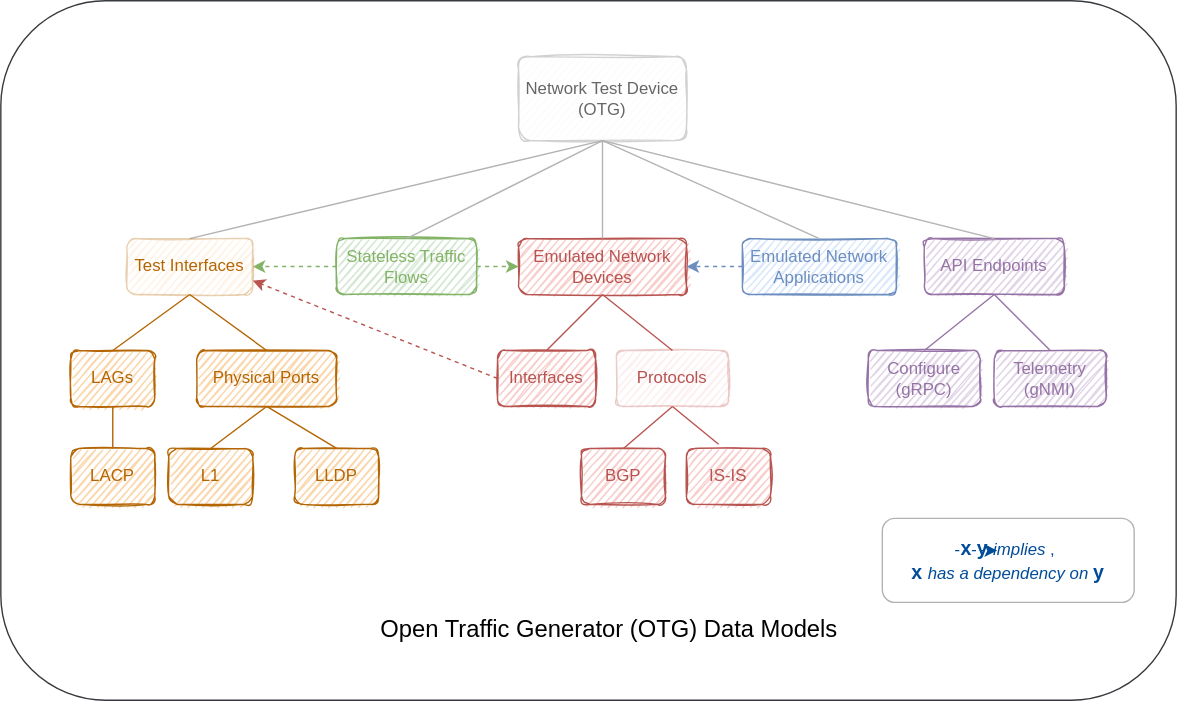
open-traffic-generator/models keeps this draw.io diagram as docs/overview.drawio.svg. Above is the earlier version. Source tidied: cells renumbered, new cells last; positions are measured from the earlier drawing's top-left corner, leaving out a move shared by most shapes.
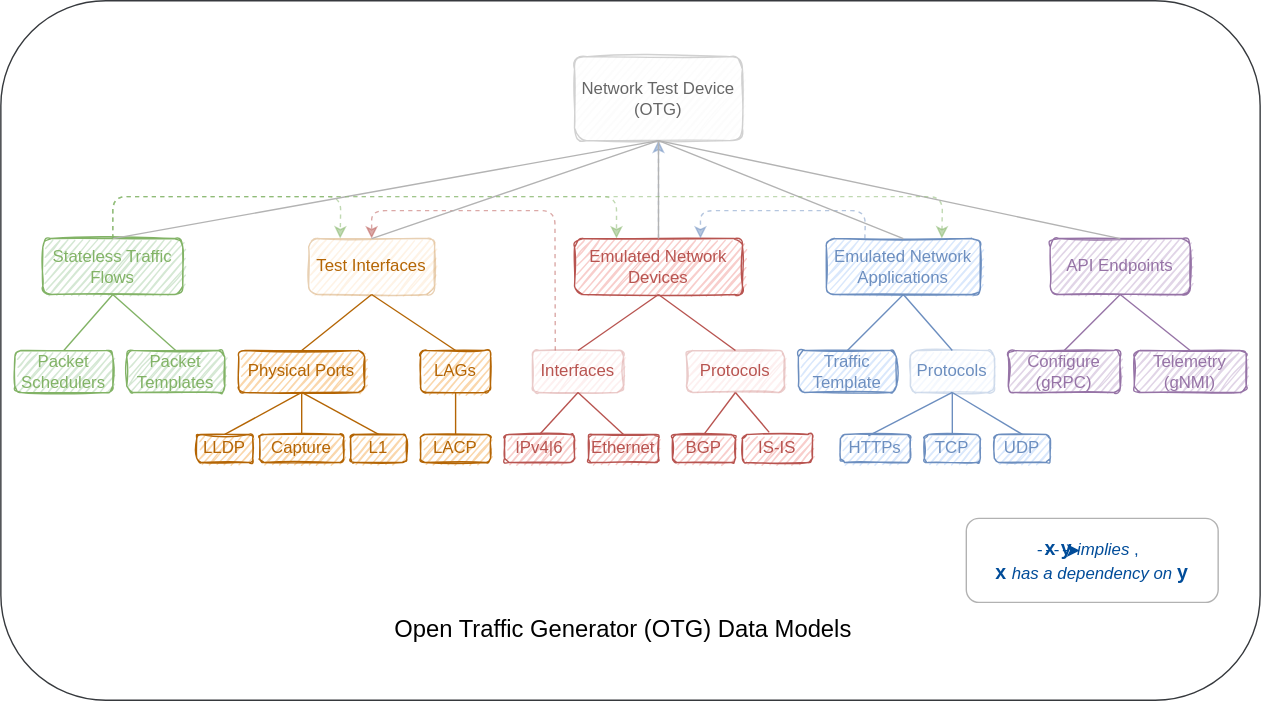
After the commit.

Change to the diagram source:
```diff
@@ -3,56 +3,50 @@
     <mxCell id="0" />
     <mxCell id="1" parent="0" />
     <mxCell id="2" style="rounded=1;whiteSpace=wrap;html=1;fillColor=#FFFFFF;strokeColor=#36393d;" parent="1" vertex="1">
-      <mxGeometry width="840" height="500" as="geometry" />
+      <mxGeometry x="-10" width="900" height="500" as="geometry" />
     </mxCell>
     <mxCell id="3" value="&lt;font color=&quot;#666666&quot;&gt;Network Test Device (OTG)&lt;/font&gt;" style="rounded=1;whiteSpace=wrap;html=1;fillColor=#f5f5f5;strokeColor=#666666;sketch=1;fontColor=#333333;opacity=30;" parent="1" vertex="1">
-      <mxGeometry x="370" y="40" width="120" height="60" as="geometry" />
+      <mxGeometry x="400" y="40" width="120" height="60" as="geometry" />
     </mxCell>
     <mxCell id="4" value="&lt;font color=&quot;#b46504&quot;&gt;Physical Ports&lt;br&gt;&lt;/font&gt;" style="rounded=1;whiteSpace=wrap;html=1;fillColor=#fad7ac;strokeColor=#b46504;sketch=1;" parent="1" vertex="1">
-      <mxGeometry x="140" y="250" width="100" height="40" as="geometry" />
+      <mxGeometry x="160" y="250" width="90" height="30" as="geometry" />
     </mxCell>
     <mxCell id="5" value="&lt;font color=&quot;#b46504&quot;&gt;LAGs&lt;/font&gt;" style="rounded=1;whiteSpace=wrap;html=1;fillColor=#fad7ac;strokeColor=#b46504;sketch=1;" parent="1" vertex="1">
-      <mxGeometry x="50" y="250" width="60" height="40" as="geometry" />
+      <mxGeometry x="290" y="250" width="50" height="30" as="geometry" />
     </mxCell>
+    <mxCell id="43" style="edgeStyle=none;html=1;dashed=1;fontSize=12;fontColor=#999999;strokeColor=#6C8EBF;opacity=50;" parent="1" edge="1" source="6" target="3">
+      <mxGeometry relative="1" as="geometry" />
+    </mxCell>
     <mxCell id="6" value="&lt;font color=&quot;#b85450&quot;&gt;Emulated Network Devices&lt;/font&gt;" style="rounded=1;whiteSpace=wrap;html=1;fillColor=#f8cecc;strokeColor=#b85450;sketch=1;" parent="1" vertex="1">
-      <mxGeometry x="370" y="170" width="120" height="40" as="geometry" />
+      <mxGeometry x="400" y="170" width="120" height="40" as="geometry" />
     </mxCell>
     <mxCell id="7" value="&lt;font color=&quot;#9673a6&quot;&gt;API Endpoints&lt;/font&gt;" style="rounded=1;whiteSpace=wrap;html=1;fillColor=#e1d5e7;strokeColor=#9673a6;sketch=1;" parent="1" vertex="1">
-      <mxGeometry x="660" y="170" width="100" height="40" as="geometry" />
+      <mxGeometry x="740" y="170" width="100" height="40" as="geometry" />
     </mxCell>
     <mxCell id="8" value="&lt;font color=&quot;#b46504&quot;&gt;LLDP&lt;/font&gt;" style="rounded=1;whiteSpace=wrap;html=1;fillColor=#fad7ac;strokeColor=#b46504;sketch=1;" parent="1" vertex="1">
-      <mxGeometry x="210" y="320" width="60" height="40" as="geometry" />
+      <mxGeometry x="130" y="310" width="40" height="20" as="geometry" />
     </mxCell>
     <mxCell id="9" value="&lt;font color=&quot;#b46504&quot;&gt;LACP&lt;/font&gt;" style="rounded=1;whiteSpace=wrap;html=1;fillColor=#fad7ac;strokeColor=#b46504;sketch=1;" parent="1" vertex="1">
-      <mxGeometry x="50" y="320" width="60" height="40" as="geometry" />
+      <mxGeometry x="290" y="310" width="50" height="20" as="geometry" />
     </mxCell>
     <mxCell id="10" value="&lt;font color=&quot;#9673a6&quot;&gt;Configure&lt;br&gt;(gRPC)&lt;/font&gt;" style="rounded=1;whiteSpace=wrap;html=1;fillColor=#e1d5e7;strokeColor=#9673a6;sketch=1;" parent="1" vertex="1">
-      <mxGeometry x="620" y="250" width="80" height="40" as="geometry" />
+      <mxGeometry x="710" y="250" width="80" height="30" as="geometry" />
     </mxCell>
     <mxCell id="11" value="&lt;font color=&quot;#9673a6&quot;&gt;Telemetry&lt;br&gt;(gNMI)&lt;/font&gt;" style="rounded=1;whiteSpace=wrap;html=1;fillColor=#e1d5e7;strokeColor=#9673a6;sketch=1;" parent="1" vertex="1">
-      <mxGeometry x="710" y="250" width="80" height="40" as="geometry" />
+      <mxGeometry x="800" y="250" width="80" height="30" as="geometry" />
     </mxCell>
-    <mxCell id="12" value="&lt;font color=&quot;#b85450&quot;&gt;Interfaces&lt;/font&gt;" style="rounded=1;whiteSpace=wrap;html=1;fillColor=#f8cecc;strokeColor=#b85450;sketch=1;" parent="1" vertex="1">
-      <mxGeometry x="355" y="250" width="70" height="40" as="geometry" />
+    <mxCell id="12" value="&lt;font color=&quot;#b85450&quot;&gt;Interfaces&lt;/font&gt;" style="rounded=1;whiteSpace=wrap;html=1;fillColor=#f8cecc;strokeColor=#b85450;sketch=1;opacity=30;" parent="1" vertex="1">
+      <mxGeometry x="370" y="250" width="65" height="30" as="geometry" />
     </mxCell>
     <mxCell id="13" value="&lt;font color=&quot;#b85450&quot;&gt;Protocols&lt;/font&gt;" style="rounded=1;whiteSpace=wrap;html=1;fillColor=#f8cecc;strokeColor=#b85450;sketch=1;opacity=30;" parent="1" vertex="1">
-      <mxGeometry x="440" y="250" width="80" height="40" as="geometry" />
+      <mxGeometry x="480" y="250" width="70" height="30" as="geometry" />
     </mxCell>
     <mxCell id="14" value="&lt;font color=&quot;#82b366&quot;&gt;Stateless Traffic&lt;br&gt;Flows&lt;br&gt;&lt;/font&gt;" style="rounded=1;whiteSpace=wrap;html=1;fillColor=#d5e8d4;strokeColor=#82b366;sketch=1;" parent="1" vertex="1">
-      <mxGeometry x="240" y="170" width="100" height="40" as="geometry" />
+      <mxGeometry x="20" y="170" width="100" height="40" as="geometry" />
     </mxCell>
-    <mxCell id="15" style="endArrow=none;html=1;fontColor=#82B366;strokeColor=#B3B3B3;entryX=0.5;entryY=1;entryDx=0;entryDy=0;exitX=0.5;exitY=0;exitDx=0;exitDy=0;" parent="1" edge="1" source="14" target="3">
-      <mxGeometry relative="1" as="geometry" />
-    </mxCell>
-    <mxCell id="16" style="endArrow=none;html=1;fontColor=#82B366;strokeColor=#B3B3B3;entryX=0.5;entryY=1;entryDx=0;entryDy=0;exitX=0.5;exitY=0;exitDx=0;exitDy=0;" parent="1" edge="1" source="38" target="3">
-      <mxGeometry relative="1" as="geometry" />
-    </mxCell>
     <mxCell id="17" style="endArrow=none;html=1;fontColor=#82B366;strokeColor=#B3B3B3;entryX=0.5;entryY=1;entryDx=0;entryDy=0;exitX=0.5;exitY=0;exitDx=0;exitDy=0;" parent="1" edge="1" source="6" target="3">
       <mxGeometry relative="1" as="geometry" />
     </mxCell>
-    <mxCell id="18" style="endArrow=none;html=1;fontColor=#82B366;strokeColor=#B3B3B3;entryX=0.5;entryY=1;entryDx=0;entryDy=0;exitX=0.5;exitY=0;exitDx=0;exitDy=0;" parent="1" edge="1" source="7" target="3">
-      <mxGeometry relative="1" as="geometry" />
-    </mxCell>
     <mxCell id="19" style="endArrow=none;html=1;fontColor=#82B366;strokeColor=#B46504;entryX=0.5;entryY=1;entryDx=0;entryDy=0;exitX=0.5;exitY=0;exitDx=0;exitDy=0;" parent="1" edge="1" source="8" target="4">
       <mxGeometry relative="1" as="geometry" />
     </mxCell>
@@ -72,10 +66,10 @@
       <mxGeometry relative="1" as="geometry" />
     </mxCell>
     <mxCell id="25" value="&lt;font color=&quot;#b85450&quot;&gt;BGP&lt;/font&gt;" style="rounded=1;whiteSpace=wrap;html=1;fillColor=#f8cecc;strokeColor=#b85450;sketch=1;" parent="1" vertex="1">
-      <mxGeometry x="415" y="320" width="60" height="40" as="geometry" />
+      <mxGeometry x="470" y="310" width="45" height="20" as="geometry" />
     </mxCell>
     <mxCell id="26" value="&lt;font color=&quot;#b85450&quot;&gt;IS-IS&lt;/font&gt;" style="rounded=1;whiteSpace=wrap;html=1;fillColor=#f8cecc;strokeColor=#b85450;sketch=1;" parent="1" vertex="1">
-      <mxGeometry x="490" y="320" width="60" height="40" as="geometry" />
+      <mxGeometry x="520" y="310" width="50" height="20" as="geometry" />
     </mxCell>
     <mxCell id="27" style="endArrow=none;html=1;fontColor=#82B366;strokeColor=#B85450;entryX=0.5;entryY=1;entryDx=0;entryDy=0;exitX=0.5;exitY=0;exitDx=0;exitDy=0;" parent="1" edge="1" source="25" target="13">
       <mxGeometry relative="1" as="geometry" />
@@ -86,32 +80,41 @@
     <mxCell id="29" value="&lt;font color=&quot;#000000&quot; style=&quot;font-size: 17px&quot;&gt;Open Traffic Generator (OTG) Data Models&lt;/font&gt;" style="text;html=1;strokeColor=none;fillColor=none;align=center;verticalAlign=middle;whiteSpace=wrap;rounded=0;fontColor=#82B366;" parent="1" vertex="1">
       <mxGeometry x="270" y="420" width="330" height="60" as="geometry" />
     </mxCell>
-    <mxCell id="30" style="endArrow=classic;html=1;exitX=1;exitY=0.5;exitDx=0;exitDy=0;strokeColor=#82B366;dashed=1;entryX=0;entryY=0.5;entryDx=0;entryDy=0;" parent="1" edge="1" source="14" target="6">
-      <mxGeometry relative="1" as="geometry" />
+    <mxCell id="30" style="endArrow=classic;html=1;strokeColor=#82B366;dashed=1;entryX=0.25;entryY=0;entryDx=0;entryDy=0;opacity=50;exitX=0.5;exitY=0;exitDx=0;exitDy=0;" parent="1" edge="1" source="14" target="6">
+      <mxGeometry relative="1" as="geometry">
+        <Array as="points">
+          <mxPoint x="70" y="140" />
+          <mxPoint x="430" y="140" />
+        </Array>
+      </mxGeometry>
     </mxCell>
-    <mxCell id="31" style="endArrow=classic;html=1;entryX=1;entryY=0.5;entryDx=0;entryDy=0;exitX=0;exitY=0.5;exitDx=0;exitDy=0;strokeColor=#82B366;dashed=1;" parent="1" edge="1" source="14" target="38">
-      <mxGeometry relative="1" as="geometry" />
-    </mxCell>
     <mxCell id="32" value="&lt;font color=&quot;#b46504&quot;&gt;L1&lt;/font&gt;" style="rounded=1;whiteSpace=wrap;html=1;fillColor=#fad7ac;strokeColor=#b46504;sketch=1;" parent="1" vertex="1">
-      <mxGeometry x="120" y="320" width="60" height="40" as="geometry" />
+      <mxGeometry x="240" y="310" width="40" height="20" as="geometry" />
     </mxCell>
     <mxCell id="33" value="&lt;font color=&quot;#6c8ebf&quot;&gt;Emulated Network&lt;br&gt;Applications&lt;br&gt;&lt;/font&gt;" style="rounded=1;whiteSpace=wrap;html=1;fillColor=#dae8fc;strokeColor=#6c8ebf;sketch=1;" parent="1" vertex="1">
-      <mxGeometry x="530" y="170" width="110" height="40" as="geometry" />
+      <mxGeometry x="580" y="170" width="110" height="40" as="geometry" />
     </mxCell>
-    <mxCell id="34" style="endArrow=classic;html=1;exitX=0;exitY=0.5;exitDx=0;exitDy=0;strokeColor=#6C8EBF;dashed=1;entryX=1;entryY=0.5;entryDx=0;entryDy=0;" parent="1" edge="1" source="33" target="6">
-      <mxGeometry relative="1" as="geometry" />
+    <mxCell id="34" style="endArrow=classic;html=1;exitX=0.25;exitY=0;exitDx=0;exitDy=0;strokeColor=#6C8EBF;dashed=1;entryX=0.75;entryY=0;entryDx=0;entryDy=0;opacity=50;" parent="1" edge="1" source="33" target="6">
+      <mxGeometry relative="1" as="geometry">
+        <Array as="points">
+          <mxPoint x="608" y="150" />
+          <mxPoint x="490" y="150" />
+        </Array>
+      </mxGeometry>
     </mxCell>
-    <mxCell id="35" style="endArrow=none;html=1;fontColor=#82B366;strokeColor=#B3B3B3;entryX=0.5;entryY=1;entryDx=0;entryDy=0;exitX=0.5;exitY=0;exitDx=0;exitDy=0;" parent="1" edge="1" source="33" target="3">
-      <mxGeometry relative="1" as="geometry" />
-    </mxCell>
     <mxCell id="36" style="endArrow=none;html=1;fontColor=#82B366;strokeColor=#B46504;entryX=0.5;entryY=1;entryDx=0;entryDy=0;exitX=0.5;exitY=0;exitDx=0;exitDy=0;" parent="1" edge="1" source="32" target="4">
       <mxGeometry relative="1" as="geometry" />
     </mxCell>
-    <mxCell id="37" style="endArrow=classic;html=1;entryX=1;entryY=0.75;entryDx=0;entryDy=0;exitX=0;exitY=0.5;exitDx=0;exitDy=0;strokeColor=#B85450;dashed=1;" parent="1" edge="1" source="12" target="38">
-      <mxGeometry relative="1" as="geometry" />
+    <mxCell id="37" style="endArrow=classic;html=1;entryX=0.5;entryY=0;entryDx=0;entryDy=0;exitX=0.25;exitY=0;exitDx=0;exitDy=0;strokeColor=#B85450;dashed=1;opacity=50;" parent="1" edge="1" source="12" target="38">
+      <mxGeometry relative="1" as="geometry">
+        <Array as="points">
+          <mxPoint x="386" y="150" />
+          <mxPoint x="255" y="150" />
+        </Array>
+      </mxGeometry>
     </mxCell>
     <mxCell id="38" value="&lt;font color=&quot;#b46504&quot;&gt;Test Interfaces&lt;br&gt;&lt;/font&gt;" style="rounded=1;whiteSpace=wrap;html=1;fillColor=#fad7ac;strokeColor=#b46504;sketch=1;opacity=30;" parent="1" vertex="1">
-      <mxGeometry x="90" y="170" width="90" height="40" as="geometry" />
+      <mxGeometry x="210" y="170" width="90" height="40" as="geometry" />
     </mxCell>
     <mxCell id="39" style="endArrow=none;html=1;fontColor=#82B366;strokeColor=#B46504;entryX=0.5;entryY=1;entryDx=0;entryDy=0;exitX=0.5;exitY=0;exitDx=0;exitDy=0;" parent="1" edge="1" source="4" target="38">
       <mxGeometry relative="1" as="geometry" />
@@ -120,13 +123,104 @@
       <mxGeometry relative="1" as="geometry" />
     </mxCell>
     <mxCell id="41" value="&lt;font color=&quot;#004c99&quot;&gt;&lt;b style=&quot;font-size: 14px&quot;&gt;&lt;font style=&quot;font-size: 14px&quot;&gt;x&lt;/font&gt;&lt;span style=&quot;font-size: 13px&quot;&gt;&amp;nbsp; &amp;nbsp; &amp;nbsp; &amp;nbsp; &amp;nbsp; &amp;nbsp; &lt;/span&gt;&lt;font style=&quot;font-size: 14px&quot;&gt;y &lt;/font&gt;&lt;/b&gt;&lt;font style=&quot;font-size: 12px&quot;&gt;&lt;i&gt;implies&lt;/i&gt;,&lt;/font&gt;&lt;/font&gt;&lt;font color=&quot;#004c99&quot;&gt;&lt;span style=&quot;font-size: 14px&quot;&gt;&amp;nbsp;&lt;/span&gt;&lt;br&gt;&lt;b style=&quot;font-size: 14px&quot;&gt;x&lt;/b&gt; &lt;font style=&quot;font-style: italic ; font-size: 12px&quot;&gt;has a dependency on&lt;/font&gt; &lt;b style=&quot;font-size: 14px&quot;&gt;&lt;font style=&quot;font-size: 14px&quot;&gt;y&lt;/font&gt;&lt;/b&gt;&lt;/font&gt;" style="rounded=1;whiteSpace=wrap;html=1;opacity=30;fillColor=none;" parent="1" vertex="1">
-      <mxGeometry x="630" y="370" width="180" height="60" as="geometry" />
+      <mxGeometry x="680" y="370" width="180" height="60" as="geometry" />
     </mxCell>
     <mxCell id="42" style="endArrow=classic;html=1;exitX=1;exitY=0.5;exitDx=0;exitDy=0;strokeColor=#004C99;dashed=1;entryX=0;entryY=0.5;entryDx=0;entryDy=0;" parent="1" edge="1">
       <mxGeometry relative="1" as="geometry">
-        <mxPoint x="682" y="393" as="sourcePoint" />
-        <mxPoint x="712" y="393" as="targetPoint" />
+        <mxPoint x="731" y="393" as="sourcePoint" />
+        <mxPoint x="761" y="393" as="targetPoint" />
       </mxGeometry>
     </mxCell>
+    <mxCell id="44" value="&lt;font color=&quot;#b46504&quot;&gt;Capture&lt;/font&gt;" style="rounded=1;whiteSpace=wrap;html=1;fillColor=#fad7ac;strokeColor=#b46504;sketch=1;" parent="1" vertex="1">
+      <mxGeometry x="175" y="310" width="60" height="20" as="geometry" />
+    </mxCell>
+    <mxCell id="45" style="endArrow=none;html=1;fontColor=#82B366;strokeColor=#B46504;entryX=0.5;entryY=1;entryDx=0;entryDy=0;exitX=0.5;exitY=0;exitDx=0;exitDy=0;" parent="1" edge="1" source="44" target="4">
+      <mxGeometry relative="1" as="geometry" />
+    </mxCell>
+    <mxCell id="46" value="&lt;font color=&quot;#b85450&quot;&gt;IPv4|6&lt;/font&gt;" style="rounded=1;whiteSpace=wrap;html=1;fillColor=#f8cecc;strokeColor=#b85450;sketch=1;" parent="1" vertex="1">
+      <mxGeometry x="350" y="310" width="50" height="20" as="geometry" />
+    </mxCell>
+    <mxCell id="47" value="&lt;font color=&quot;#b85450&quot;&gt;Ethernet&lt;/font&gt;" style="rounded=1;whiteSpace=wrap;html=1;fillColor=#f8cecc;strokeColor=#b85450;sketch=1;" parent="1" vertex="1">
+      <mxGeometry x="410" y="310" width="50" height="20" as="geometry" />
+    </mxCell>
+    <mxCell id="48" style="endArrow=none;html=1;fontColor=#82B366;strokeColor=#B85450;entryX=0.5;entryY=0;entryDx=0;entryDy=0;exitX=0.5;exitY=1;exitDx=0;exitDy=0;" parent="1" edge="1" source="12" target="46">
+      <mxGeometry relative="1" as="geometry" />
+    </mxCell>
+    <mxCell id="49" style="endArrow=none;html=1;fontColor=#82B366;strokeColor=#B85450;entryX=0.5;entryY=0;entryDx=0;entryDy=0;exitX=0.5;exitY=1;exitDx=0;exitDy=0;" parent="1" edge="1" source="12" target="47">
+      <mxGeometry relative="1" as="geometry" />
+    </mxCell>
+    <mxCell id="50" value="&lt;font color=&quot;#82b366&quot;&gt;Packet Templates&lt;br&gt;&lt;/font&gt;" style="rounded=1;whiteSpace=wrap;html=1;fillColor=#d5e8d4;strokeColor=#82b366;sketch=1;" parent="1" vertex="1">
+      <mxGeometry x="80" y="250" width="70" height="30" as="geometry" />
+    </mxCell>
+    <mxCell id="51" value="&lt;font color=&quot;#82b366&quot;&gt;Packet&lt;br&gt;Schedulers&lt;br&gt;&lt;/font&gt;" style="rounded=1;whiteSpace=wrap;html=1;fillColor=#d5e8d4;strokeColor=#82b366;sketch=1;" parent="1" vertex="1">
+      <mxGeometry y="250" width="70" height="30" as="geometry" />
+    </mxCell>
+    <mxCell id="52" style="endArrow=none;html=1;fontColor=#82B366;strokeColor=#82B366;entryX=0.5;entryY=1;entryDx=0;entryDy=0;exitX=0.5;exitY=0;exitDx=0;exitDy=0;" parent="1" edge="1" source="51" target="14">
+      <mxGeometry relative="1" as="geometry" />
+    </mxCell>
+    <mxCell id="53" style="endArrow=none;html=1;fontColor=#82B366;strokeColor=#82B366;entryX=0.5;entryY=1;entryDx=0;entryDy=0;exitX=0.5;exitY=0;exitDx=0;exitDy=0;" parent="1" edge="1" source="50" target="14">
+      <mxGeometry relative="1" as="geometry" />
+    </mxCell>
+    <mxCell id="54" value="&lt;font color=&quot;#6c8ebf&quot;&gt;Protocols&lt;br&gt;&lt;/font&gt;" style="rounded=1;whiteSpace=wrap;html=1;fillColor=#dae8fc;strokeColor=#6c8ebf;sketch=1;opacity=30;" parent="1" vertex="1">
+      <mxGeometry x="640" y="250" width="60" height="30" as="geometry" />
+    </mxCell>
+    <mxCell id="55" value="&lt;font color=&quot;#6c8ebf&quot;&gt;Traffic&lt;br&gt;Template&lt;br&gt;&lt;/font&gt;" style="rounded=1;whiteSpace=wrap;html=1;fillColor=#dae8fc;strokeColor=#6c8ebf;sketch=1;" parent="1" vertex="1">
+      <mxGeometry x="560" y="250" width="70" height="30" as="geometry" />
+    </mxCell>
+    <mxCell id="31" style="endArrow=classic;html=1;strokeColor=#82B366;dashed=1;entryX=0.25;entryY=0;entryDx=0;entryDy=0;opacity=50;exitX=0.5;exitY=0;exitDx=0;exitDy=0;" parent="1" edge="1" source="14" target="38">
+      <mxGeometry relative="1" as="geometry">
+        <Array as="points">
+          <mxPoint x="70" y="140" />
+          <mxPoint x="233" y="140" />
+        </Array>
+      </mxGeometry>
+    </mxCell>
+    <mxCell id="56" style="endArrow=none;html=1;fontColor=#82B366;strokeColor=#6C8EBF;entryX=0.5;entryY=1;entryDx=0;entryDy=0;exitX=0.5;exitY=0;exitDx=0;exitDy=0;" parent="1" edge="1" source="55" target="33">
+      <mxGeometry relative="1" as="geometry" />
+    </mxCell>
+    <mxCell id="57" style="endArrow=none;html=1;fontColor=#82B366;strokeColor=#6C8EBF;entryX=0.5;entryY=1;entryDx=0;entryDy=0;exitX=0.5;exitY=0;exitDx=0;exitDy=0;" parent="1" edge="1" source="54" target="33">
+      <mxGeometry relative="1" as="geometry" />
+    </mxCell>
+    <mxCell id="15" style="endArrow=none;html=1;fontColor=#82B366;strokeColor=#B3B3B3;entryX=0.5;entryY=1;entryDx=0;entryDy=0;exitX=0.5;exitY=0;exitDx=0;exitDy=0;" parent="1" edge="1" source="14" target="3">
+      <mxGeometry relative="1" as="geometry" />
+    </mxCell>
+    <mxCell id="16" style="endArrow=none;html=1;fontColor=#82B366;strokeColor=#B3B3B3;entryX=0.5;entryY=1;entryDx=0;entryDy=0;exitX=0.5;exitY=0;exitDx=0;exitDy=0;" parent="1" edge="1" source="38" target="3">
+      <mxGeometry relative="1" as="geometry" />
+    </mxCell>
+    <mxCell id="18" style="endArrow=none;html=1;fontColor=#82B366;strokeColor=#B3B3B3;entryX=0.5;entryY=1;entryDx=0;entryDy=0;exitX=0.5;exitY=0;exitDx=0;exitDy=0;" parent="1" edge="1" source="7" target="3">
+      <mxGeometry relative="1" as="geometry" />
+    </mxCell>
+    <mxCell id="35" style="endArrow=none;html=1;fontColor=#82B366;strokeColor=#B3B3B3;entryX=0.5;entryY=1;entryDx=0;entryDy=0;exitX=0.5;exitY=0;exitDx=0;exitDy=0;" parent="1" edge="1" source="33" target="3">
+      <mxGeometry relative="1" as="geometry" />
+    </mxCell>
+    <mxCell id="58" value="&lt;font color=&quot;#6c8ebf&quot;&gt;HTTPs&lt;br&gt;&lt;/font&gt;" style="rounded=1;whiteSpace=wrap;html=1;fillColor=#dae8fc;strokeColor=#6c8ebf;sketch=1;" parent="1" vertex="1">
+      <mxGeometry x="590" y="310" width="50" height="20" as="geometry" />
+    </mxCell>
+    <mxCell id="59" value="&lt;font color=&quot;#6c8ebf&quot;&gt;TCP&lt;br&gt;&lt;/font&gt;" style="rounded=1;whiteSpace=wrap;html=1;fillColor=#dae8fc;strokeColor=#6c8ebf;sketch=1;" parent="1" vertex="1">
+      <mxGeometry x="650" y="310" width="40" height="20" as="geometry" />
+    </mxCell>
+    <mxCell id="60" style="endArrow=none;html=1;fontColor=#82B366;strokeColor=#6C8EBF;entryX=0.5;entryY=1;entryDx=0;entryDy=0;exitX=0.4;exitY=0.05;exitDx=0;exitDy=0;exitPerimeter=0;" parent="1" edge="1" source="58" target="54">
+      <mxGeometry relative="1" as="geometry" />
+    </mxCell>
+    <mxCell id="61" style="endArrow=none;html=1;fontColor=#82B366;strokeColor=#6C8EBF;exitX=0.5;exitY=0;exitDx=0;exitDy=0;" parent="1" edge="1" source="59">
+      <mxGeometry relative="1" as="geometry">
+        <mxPoint x="670" y="280" as="targetPoint" />
+      </mxGeometry>
+    </mxCell>
+    <mxCell id="62" value="&lt;font color=&quot;#6c8ebf&quot;&gt;UDP&lt;br&gt;&lt;/font&gt;" style="rounded=1;whiteSpace=wrap;html=1;fillColor=#dae8fc;strokeColor=#6c8ebf;sketch=1;" parent="1" vertex="1">
+      <mxGeometry x="700" y="310" width="40" height="20" as="geometry" />
+    </mxCell>
+    <mxCell id="63" style="endArrow=none;html=1;fontColor=#82B366;strokeColor=#6C8EBF;exitX=0.5;exitY=0;exitDx=0;exitDy=0;entryX=0.5;entryY=1;entryDx=0;entryDy=0;" parent="1" edge="1" source="62" target="54">
+      <mxGeometry relative="1" as="geometry" />
+    </mxCell>
+    <mxCell id="64" style="endArrow=classic;html=1;strokeColor=#82B366;dashed=1;entryX=0.75;entryY=0;entryDx=0;entryDy=0;opacity=50;" parent="1" edge="1" target="33">
+      <mxGeometry relative="1" as="geometry">
+        <mxPoint x="70" y="170" as="sourcePoint" />
+        <Array as="points">
+          <mxPoint x="70" y="140" />
+          <mxPoint x="663" y="140" />
+        </Array>
+      </mxGeometry>
+    </mxCell>
   </root>
 </mxGraphModel>
```
